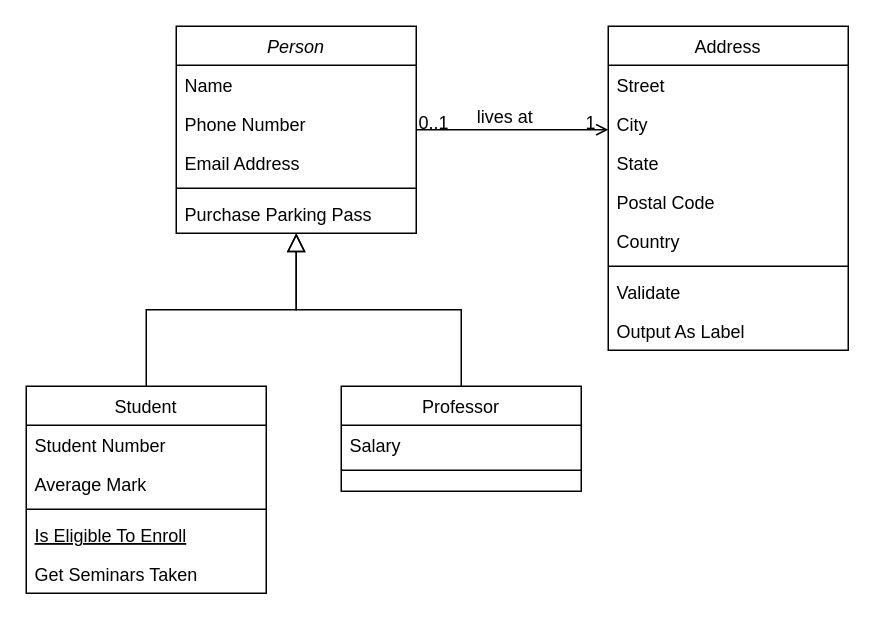
Above: Diagrama sem nome.drawio in JoaoLucasLourenco/Atex2023-2 (draw.io), before the change. Source tidied: cells renumbered, new cells numbered last; positions are measured from the earlier drawing's top-left corner, leaving out a move shared by most shapes. Both pictures are drawn from the tidied source at 150%, with x=0, y=0 at pixel (26, 26).
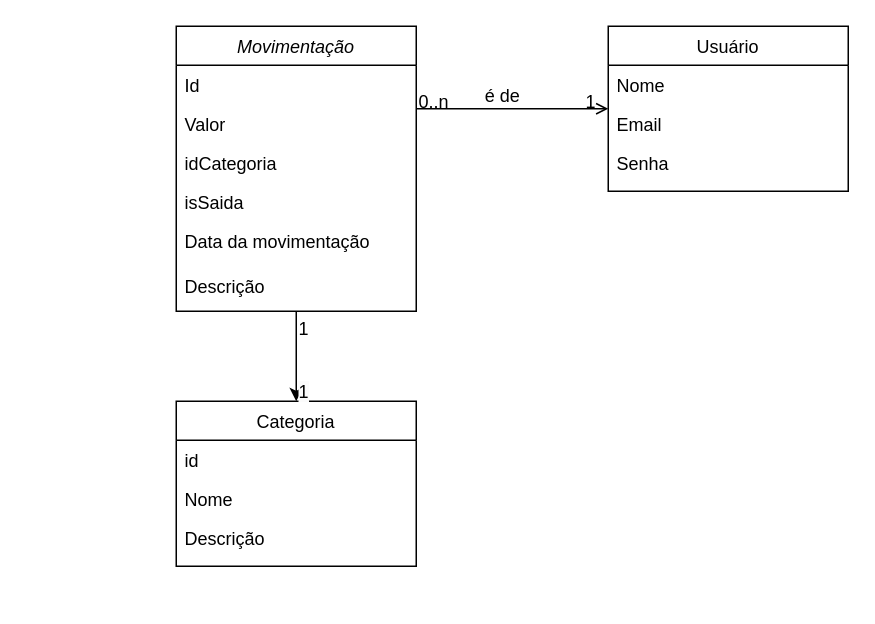
Above is the later version.

Commit message:
Diagrama jão - finalizado

The change refers to these unchanged cells:
```xml
<mxCell id="28" style="endArrow=open;shadow=0;strokeWidth=1;rounded=0;curved=0;endFill=1;edgeStyle=elbowEdgeStyle;elbow=vertical;" parent="1" edge="1" source="2" target="19">
  <mxGeometry x="0.5" y="41" relative="1" as="geometry">
    <mxPoint x="-40" y="32" as="offset" />
  </mxGeometry>
</mxCell>
```

Change to the diagram source:
```diff
@@
+    <mxCell id="32" style="edgeStyle=orthogonalEdgeStyle;rounded=0;jettySize=auto;html=1;exitX=0.5;exitY=1;exitDx=0;exitDy=0;" parent="1" edge="1" source="2" target="36">
+      <mxGeometry relative="1" as="geometry" />
+    </mxCell>
-    <mxCell id="2" value="Person" style="swimlane;fontStyle=2;align=center;verticalAlign=top;horizontal=1;startSize=26;rounded=0;shadow=0;strokeWidth=1;" parent="1" vertex="1">
-      <mxGeometry x="100" width="160" height="138" as="geometry" />
+    <mxCell id="2" value="Movimentação" style="swimlane;fontStyle=2;align=center;verticalAlign=top;horizontal=1;startSize=26;rounded=0;shadow=0;strokeWidth=1;" parent="1" vertex="1">
+      <mxGeometry x="100" width="160" height="190" as="geometry" />
     </mxCell>
-    <mxCell id="3" value="Name" style="text;align=left;verticalAlign=top;spacingLeft=4;spacingRight=4;overflow=hidden;" parent="2" vertex="1">
+    <mxCell id="3" value="Id" style="text;align=left;verticalAlign=top;spacingLeft=4;spacingRight=4;overflow=hidden;" parent="2" vertex="1">
       <mxGeometry y="26" width="160" height="26" as="geometry" />
     </mxCell>
-    <mxCell id="4" value="Phone Number" style="text;align=left;verticalAlign=top;spacingLeft=4;spacingRight=4;overflow=hidden;rounded=0;shadow=0;html=0;" parent="2" vertex="1">
+    <mxCell id="4" value="Valor" style="text;align=left;verticalAlign=top;spacingLeft=4;spacingRight=4;overflow=hidden;rounded=0;shadow=0;html=0;" parent="2" vertex="1">
       <mxGeometry y="52" width="160" height="26" as="geometry" />
     </mxCell>
-    <mxCell id="5" value="Email Address" style="text;align=left;verticalAlign=top;spacingLeft=4;spacingRight=4;overflow=hidden;rounded=0;shadow=0;html=0;" parent="2" vertex="1">
+    <mxCell id="5" value="idCategoria" style="text;align=left;verticalAlign=top;spacingLeft=4;spacingRight=4;overflow=hidden;rounded=0;shadow=0;html=0;" parent="2" vertex="1">
       <mxGeometry y="78" width="160" height="26" as="geometry" />
     </mxCell>
-    <mxCell id="6" style="line;html=1;strokeWidth=1;align=left;verticalAlign=middle;spacingTop=-1;spacingLeft=3;spacingRight=3;labelPosition=right;" parent="2" vertex="1">
-      <mxGeometry y="104" width="160" height="8" as="geometry" />
-    </mxCell>
-    <mxCell id="7" value="Purchase Parking Pass" style="text;align=left;verticalAlign=top;spacingLeft=4;spacingRight=4;overflow=hidden;" parent="2" vertex="1">
-      <mxGeometry y="112" width="160" height="26" as="geometry" />
-    </mxCell>
-    <mxCell id="8" value="Student" style="swimlane;fontStyle=0;align=center;verticalAlign=top;horizontal=1;startSize=26;rounded=0;shadow=0;strokeWidth=1;" parent="1" vertex="1">
-      <mxGeometry y="240" width="160" height="138" as="geometry" />
-    </mxCell>
-    <mxCell id="9" value="Student Number" style="text;align=left;verticalAlign=top;spacingLeft=4;spacingRight=4;overflow=hidden;" parent="8" vertex="1">
-      <mxGeometry y="26" width="160" height="26" as="geometry" />
-    </mxCell>
-    <mxCell id="10" value="Average Mark" style="text;align=left;verticalAlign=top;spacingLeft=4;spacingRight=4;overflow=hidden;rounded=0;shadow=0;html=0;" parent="8" vertex="1">
-      <mxGeometry y="52" width="160" height="26" as="geometry" />
-    </mxCell>
-    <mxCell id="11" style="line;html=1;strokeWidth=1;align=left;verticalAlign=middle;spacingTop=-1;spacingLeft=3;spacingRight=3;labelPosition=right;" parent="8" vertex="1">
-      <mxGeometry y="78" width="160" height="8" as="geometry" />
-    </mxCell>
-    <mxCell id="12" value="Is Eligible To Enroll" style="text;align=left;verticalAlign=top;spacingLeft=4;spacingRight=4;overflow=hidden;fontStyle=4;" parent="8" vertex="1">
-      <mxGeometry y="86" width="160" height="26" as="geometry" />
-    </mxCell>
-    <mxCell id="13" value="Get Seminars Taken" style="text;align=left;verticalAlign=top;spacingLeft=4;spacingRight=4;overflow=hidden;" parent="8" vertex="1">
-      <mxGeometry y="112" width="160" height="26" as="geometry" />
-    </mxCell>
-    <mxCell id="14" style="endArrow=block;endSize=10;endFill=0;shadow=0;strokeWidth=1;rounded=0;curved=0;edgeStyle=elbowEdgeStyle;elbow=vertical;" parent="1" edge="1" source="8" target="2">
-      <mxGeometry relative="1" as="geometry" />
-    </mxCell>
-    <mxCell id="15" value="Professor" style="swimlane;fontStyle=0;align=center;verticalAlign=top;horizontal=1;startSize=26;rounded=0;shadow=0;strokeWidth=1;" parent="1" vertex="1">
-      <mxGeometry x="210" y="240" width="160" height="70" as="geometry" />
-    </mxCell>
-    <mxCell id="16" value="Salary" style="text;align=left;verticalAlign=top;spacingLeft=4;spacingRight=4;overflow=hidden;" parent="15" vertex="1">
-      <mxGeometry y="26" width="160" height="26" as="geometry" />
-    </mxCell>
-    <mxCell id="17" style="line;html=1;strokeWidth=1;align=left;verticalAlign=middle;spacingTop=-1;spacingLeft=3;spacingRight=3;labelPosition=right;" parent="15" vertex="1">
-      <mxGeometry y="52" width="160" height="8" as="geometry" />
-    </mxCell>
-    <mxCell id="18" style="endArrow=block;endSize=10;endFill=0;shadow=0;strokeWidth=1;rounded=0;curved=0;edgeStyle=elbowEdgeStyle;elbow=vertical;" parent="1" edge="1" source="15" target="2">
-      <mxGeometry relative="1" as="geometry" />
-    </mxCell>
+    <mxCell id="33" value="isSaida" style="text;align=left;verticalAlign=top;spacingLeft=4;spacingRight=4;overflow=hidden;rounded=0;shadow=0;html=0;" parent="2" vertex="1">
+      <mxGeometry y="104" width="160" height="26" as="geometry" />
+    </mxCell>
+    <mxCell id="34" value="Data da movimentação" style="text;align=left;verticalAlign=top;spacingLeft=4;spacingRight=4;overflow=hidden;rounded=0;shadow=0;html=0;" parent="2" vertex="1">
+      <mxGeometry y="130" width="160" height="30" as="geometry" />
+    </mxCell>
+    <mxCell id="35" value="Descrição" style="text;align=left;verticalAlign=top;spacingLeft=4;spacingRight=4;overflow=hidden;rounded=0;shadow=0;html=0;" parent="2" vertex="1">
+      <mxGeometry y="160" width="160" height="26" as="geometry" />
+    </mxCell>
-    <mxCell id="19" value="Address" style="swimlane;fontStyle=0;align=center;verticalAlign=top;horizontal=1;startSize=26;rounded=0;shadow=0;strokeWidth=1;" parent="1" vertex="1">
-      <mxGeometry x="388" width="160" height="216" as="geometry" />
+    <mxCell id="19" value="Usuário" style="swimlane;fontStyle=0;align=center;verticalAlign=top;horizontal=1;startSize=26;rounded=0;shadow=0;strokeWidth=1;" parent="1" vertex="1">
+      <mxGeometry x="388" width="160" height="110" as="geometry" />
     </mxCell>
-    <mxCell id="20" value="Street" style="text;align=left;verticalAlign=top;spacingLeft=4;spacingRight=4;overflow=hidden;" parent="19" vertex="1">
+    <mxCell id="20" value="Nome" style="text;align=left;verticalAlign=top;spacingLeft=4;spacingRight=4;overflow=hidden;" parent="19" vertex="1">
       <mxGeometry y="26" width="160" height="26" as="geometry" />
     </mxCell>
-    <mxCell id="21" value="City" style="text;align=left;verticalAlign=top;spacingLeft=4;spacingRight=4;overflow=hidden;rounded=0;shadow=0;html=0;" parent="19" vertex="1">
+    <mxCell id="21" value="Email" style="text;align=left;verticalAlign=top;spacingLeft=4;spacingRight=4;overflow=hidden;rounded=0;shadow=0;html=0;" parent="19" vertex="1">
       <mxGeometry y="52" width="160" height="26" as="geometry" />
     </mxCell>
-    <mxCell id="22" value="State" style="text;align=left;verticalAlign=top;spacingLeft=4;spacingRight=4;overflow=hidden;rounded=0;shadow=0;html=0;" parent="19" vertex="1">
+    <mxCell id="22" value="Senha" style="text;align=left;verticalAlign=top;spacingLeft=4;spacingRight=4;overflow=hidden;rounded=0;shadow=0;html=0;" parent="19" vertex="1">
       <mxGeometry y="78" width="160" height="26" as="geometry" />
     </mxCell>
-    <mxCell id="23" value="Postal Code" style="text;align=left;verticalAlign=top;spacingLeft=4;spacingRight=4;overflow=hidden;rounded=0;shadow=0;html=0;" parent="19" vertex="1">
-      <mxGeometry y="104" width="160" height="26" as="geometry" />
-    </mxCell>
-    <mxCell id="24" value="Country" style="text;align=left;verticalAlign=top;spacingLeft=4;spacingRight=4;overflow=hidden;rounded=0;shadow=0;html=0;" parent="19" vertex="1">
-      <mxGeometry y="130" width="160" height="26" as="geometry" />
-    </mxCell>
-    <mxCell id="25" style="line;html=1;strokeWidth=1;align=left;verticalAlign=middle;spacingTop=-1;spacingLeft=3;spacingRight=3;labelPosition=right;" parent="19" vertex="1">
-      <mxGeometry y="156" width="160" height="8" as="geometry" />
-    </mxCell>
-    <mxCell id="26" value="Validate" style="text;align=left;verticalAlign=top;spacingLeft=4;spacingRight=4;overflow=hidden;" parent="19" vertex="1">
-      <mxGeometry y="164" width="160" height="26" as="geometry" />
-    </mxCell>
-    <mxCell id="27" value="Output As Label" style="text;align=left;verticalAlign=top;spacingLeft=4;spacingRight=4;overflow=hidden;" parent="19" vertex="1">
-      <mxGeometry y="190" width="160" height="26" as="geometry" />
-    </mxCell>
@@
-    <mxCell id="29" value="0..1" style="align=left;verticalAlign=bottom;labelBackgroundColor=none;fontSize=12;" parent="28" vertex="1">
+    <mxCell id="29" value="0..n" style="align=left;verticalAlign=bottom;labelBackgroundColor=none;fontSize=12;" parent="28" vertex="1">
       <mxGeometry x="-1" relative="1" as="geometry">
         <mxPoint y="4" as="offset" />
       </mxGeometry>
     </mxCell>
@@
-    <mxCell id="31" value="lives at" style="text;html=1;align=center;verticalAlign=middle;labelBackgroundColor=none;rounded=0;shadow=0;strokeWidth=1;fontSize=12;" parent="28" vertex="1">
+    <mxCell id="31" value="é de&amp;nbsp;" style="text;html=1;align=center;verticalAlign=middle;labelBackgroundColor=none;rounded=0;shadow=0;strokeWidth=1;fontSize=12;" parent="28" vertex="1">
       <mxGeometry x="0.5" y="49" relative="1" as="geometry">
         <mxPoint x="-38" y="40" as="offset" />
       </mxGeometry>
     </mxCell>
+    <mxCell id="36" value="Categoria" style="swimlane;fontStyle=0;align=center;verticalAlign=top;horizontal=1;startSize=26;rounded=0;shadow=0;strokeWidth=1;" parent="1" vertex="1">
+      <mxGeometry x="100" y="250" width="160" height="110" as="geometry" />
+    </mxCell>
+    <mxCell id="37" value="id" style="text;align=left;verticalAlign=top;spacingLeft=4;spacingRight=4;overflow=hidden;" parent="36" vertex="1">
+      <mxGeometry y="26" width="160" height="26" as="geometry" />
+    </mxCell>
+    <mxCell id="38" value="Nome" style="text;align=left;verticalAlign=top;spacingLeft=4;spacingRight=4;overflow=hidden;rounded=0;shadow=0;html=0;" parent="36" vertex="1">
+      <mxGeometry y="52" width="160" height="26" as="geometry" />
+    </mxCell>
+    <mxCell id="39" value="Descrição" style="text;align=left;verticalAlign=top;spacingLeft=4;spacingRight=4;overflow=hidden;rounded=0;shadow=0;html=0;" parent="36" vertex="1">
+      <mxGeometry y="78" width="160" height="26" as="geometry" />
+    </mxCell>
+    <mxCell id="40" value="1" style="align=left;verticalAlign=bottom;labelBackgroundColor=none;fontSize=12;direction=west;" parent="1" vertex="1">
+      <mxGeometry x="180" y="210" as="geometry" />
+    </mxCell>
+    <mxCell id="41" value="&lt;span style=&quot;color: rgb(0, 0, 0); font-family: Helvetica; font-size: 12px; font-style: normal; font-variant-ligatures: normal; font-variant-caps: normal; font-weight: 400; letter-spacing: normal; orphans: 2; text-align: left; text-indent: 0px; text-transform: none; widows: 2; word-spacing: 0px; -webkit-text-stroke-width: 0px; white-space: nowrap; background-color: rgb(251, 251, 251); text-decoration-thickness: initial; text-decoration-style: initial; text-decoration-color: initial; display: inline !important; float: none;&quot;&gt;1&lt;/span&gt;" style="text;whiteSpace=wrap;html=1;" parent="1" vertex="1">
+      <mxGeometry x="180" y="230" width="40" height="40" as="geometry" />
+    </mxCell>
```
